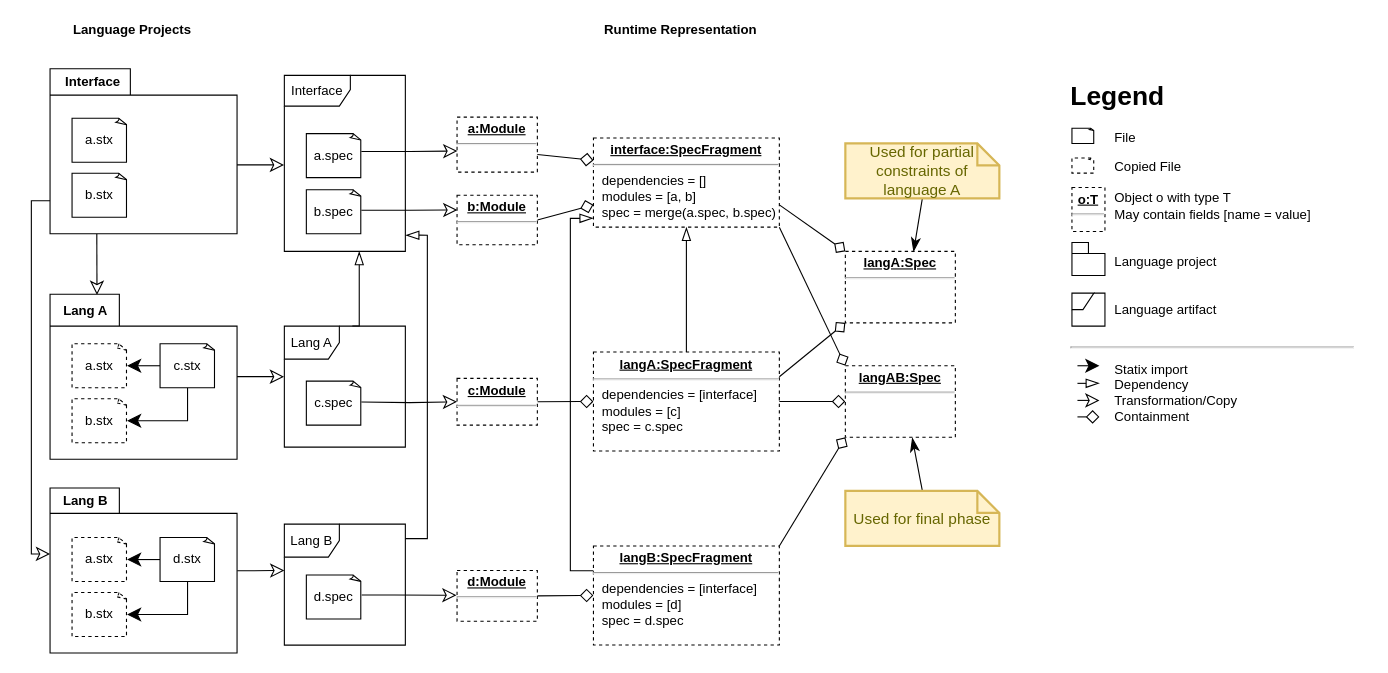
Earlier version of the draw.io diagram page "Spec management" (21 of 22) of Spoofax3 Diagrams.drawio (AZWN/Spoofax-pie-diagrams). Source tidied: cells renumbered, new cells numbered last; positions are measured from the earlier drawing's top-left corner, leaving out a move shared by most shapes. Both pictures are drawn from the tidied source at 110%, with x=0, y=0 at pixel (31, 19).
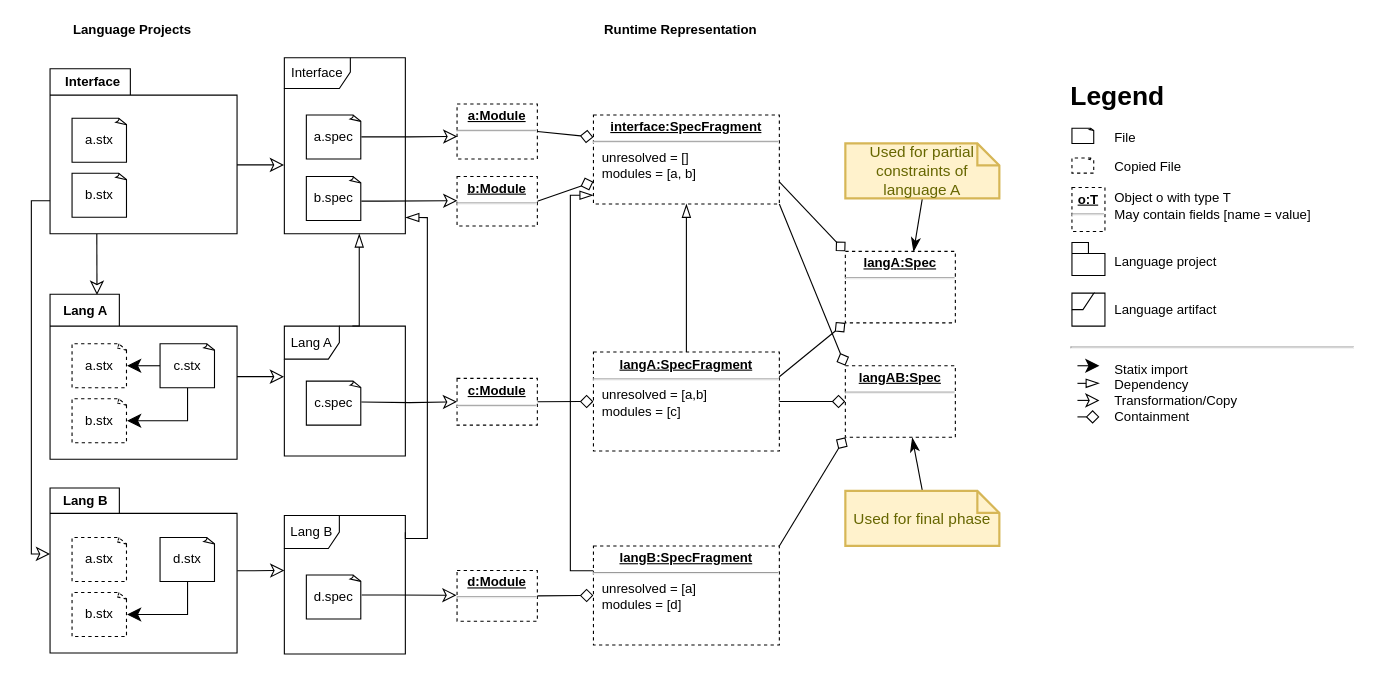
The same diagram, later.

Unchanged cells that the change refers to:
```xml
<mxCell id="33" value="a.stx" style="whiteSpace=wrap;html=1;shape=mxgraph.basic.document;dashed=1;" parent="1" vertex="1">
  <mxGeometry x="37" y="471.2" width="50" height="40" as="geometry" />
</mxCell>
<mxCell id="37" value="d.stx" style="whiteSpace=wrap;html=1;shape=mxgraph.basic.document;" parent="1" vertex="1">
  <mxGeometry x="117" y="471.2" width="50" height="40" as="geometry" />
</mxCell>
```

Diff of the diagram source:
```diff
@@
     <mxCell id="2" value="Lang B " style="shape=umlFrame;whiteSpace=wrap;html=1;width=50;height=30;" parent="1" vertex="1">
-      <mxGeometry x="230" y="459" width="110" height="110" as="geometry" />
+      <mxGeometry x="230" y="451.2" width="110" height="125.8" as="geometry" />
     </mxCell>
     <mxCell id="3" value="Interface" style="shape=umlFrame;whiteSpace=wrap;html=1;width=60;height=28;" parent="1" vertex="1">
-      <mxGeometry x="230" y="51" width="110" height="160" as="geometry" />
+      <mxGeometry x="230" y="35" width="110" height="160" as="geometry" />
     </mxCell>
     <mxCell id="4" value="a.spec" style="whiteSpace=wrap;html=1;shape=mxgraph.basic.document;" parent="1" vertex="1">
-      <mxGeometry x="250" y="104" width="50" height="40" as="geometry" />
+      <mxGeometry x="250" y="87" width="50" height="40" as="geometry" />
     </mxCell>
     <mxCell id="5" value="b.spec" style="whiteSpace=wrap;html=1;shape=mxgraph.basic.document;" parent="1" vertex="1">
-      <mxGeometry x="250" y="155" width="50" height="40" as="geometry" />
+      <mxGeometry x="250" y="143" width="50" height="40" as="geometry" />
     </mxCell>
@@
-    <mxCell id="19" value="&lt;p style=&quot;margin: 0px ; margin-top: 4px ; text-align: center ; text-decoration: underline&quot;&gt;&lt;b&gt;interface:SpecFragment&lt;/b&gt;&lt;/p&gt;&lt;hr&gt;&lt;p style=&quot;margin: 0px ; margin-left: 8px&quot;&gt;dependencies = []&lt;br&gt;modules = [a, b]&lt;br&gt;spec = merge(a.spec, b.spec)&lt;br&gt;&lt;br&gt;&lt;/p&gt;" style="verticalAlign=top;align=left;overflow=fill;fontSize=12;fontFamily=Helvetica;html=1;dashed=1;" parent="1" vertex="1">
-      <mxGeometry x="511" y="108" width="169" height="81" as="geometry" />
+    <mxCell id="19" value="&lt;p style=&quot;margin: 0px ; margin-top: 4px ; text-align: center ; text-decoration: underline&quot;&gt;&lt;b&gt;interface:SpecFragment&lt;/b&gt;&lt;/p&gt;&lt;hr&gt;&lt;p style=&quot;margin: 0px ; margin-left: 8px&quot;&gt;unresolved = []&lt;br&gt;modules = [a, b]&lt;br&gt;&lt;br&gt;&lt;/p&gt;" style="verticalAlign=top;align=left;overflow=fill;fontSize=12;fontFamily=Helvetica;html=1;dashed=1;" parent="1" vertex="1">
+      <mxGeometry x="511" y="87" width="169" height="81" as="geometry" />
     </mxCell>
@@
-    <mxCell id="22" value="&lt;p style=&quot;margin: 0px ; margin-top: 4px ; text-align: center ; text-decoration: underline&quot;&gt;&lt;b&gt;langA:SpecFragment&lt;/b&gt;&lt;/p&gt;&lt;hr&gt;&lt;p style=&quot;margin: 0px ; margin-left: 8px&quot;&gt;dependencies = [interface]&lt;br&gt;modules = [c]&lt;br&gt;spec = c.spec&lt;br&gt;&lt;/p&gt;" style="verticalAlign=top;align=left;overflow=fill;fontSize=12;fontFamily=Helvetica;html=1;dashed=1;" parent="1" vertex="1">
+    <mxCell id="22" value="&lt;p style=&quot;margin: 0px ; margin-top: 4px ; text-align: center ; text-decoration: underline&quot;&gt;&lt;b&gt;langA:SpecFragment&lt;/b&gt;&lt;/p&gt;&lt;hr&gt;&lt;p style=&quot;margin: 0px ; margin-left: 8px&quot;&gt;unresolved = [a,b]&lt;br&gt;modules = [c]&lt;br&gt;&lt;/p&gt;" style="verticalAlign=top;align=left;overflow=fill;fontSize=12;fontFamily=Helvetica;html=1;dashed=1;" parent="1" vertex="1">
       <mxGeometry x="511" y="302.5" width="169" height="90" as="geometry" />
     </mxCell>
     <mxCell id="23" value="&lt;p style=&quot;margin: 0px ; margin-top: 4px ; text-align: center ; text-decoration: underline&quot;&gt;&lt;b&gt;a:Module&lt;/b&gt;&lt;/p&gt;&lt;hr&gt;&lt;p style=&quot;margin: 0px ; margin-left: 8px&quot;&gt;&lt;br&gt;&lt;/p&gt;" style="verticalAlign=top;align=left;overflow=fill;fontSize=12;fontFamily=Helvetica;html=1;dashed=1;" parent="1" vertex="1">
-      <mxGeometry x="387" y="89" width="73" height="50" as="geometry" />
+      <mxGeometry x="387" y="77" width="73" height="50" as="geometry" />
     </mxCell>
     <mxCell id="24" value="&lt;p style=&quot;margin: 0px ; margin-top: 4px ; text-align: center ; text-decoration: underline&quot;&gt;&lt;b&gt;b:Module&lt;/b&gt;&lt;/p&gt;&lt;hr&gt;&lt;p style=&quot;margin: 0px ; margin-left: 8px&quot;&gt;&lt;br&gt;&lt;/p&gt;" style="verticalAlign=top;align=left;overflow=fill;fontSize=12;fontFamily=Helvetica;html=1;dashed=1;" parent="1" vertex="1">
-      <mxGeometry x="387" y="160" width="73" height="45" as="geometry" />
+      <mxGeometry x="387" y="143" width="73" height="45" as="geometry" />
     </mxCell>
-    <mxCell id="25" style="edgeStyle=none;rounded=0;jettySize=auto;html=1;exitX=0;exitY=0.25;exitDx=0;exitDy=0;entryX=1;entryY=0.679;entryDx=0;entryDy=0;entryPerimeter=0;endArrow=none;endFill=0;startArrow=diamond;startFill=0;endSize=10;startSize=10;" parent="1" edge="1" source="19" target="23">
+    <mxCell id="25" style="edgeStyle=none;rounded=0;jettySize=auto;html=1;exitX=0;exitY=0.25;exitDx=0;exitDy=0;entryX=1;entryY=0.5;entryDx=0;entryDy=0;endArrow=none;endFill=0;startArrow=diamond;startFill=0;endSize=10;startSize=10;" parent="1" edge="1" source="19" target="23">
       <mxGeometry relative="1" as="geometry" />
     </mxCell>
@@
     <mxCell id="27" value="Lang A " style="shape=umlFrame;whiteSpace=wrap;html=1;width=50;height=30;" parent="1" vertex="1">
-      <mxGeometry x="230" y="279" width="110" height="110" as="geometry" />
+      <mxGeometry x="230" y="279" width="110" height="118" as="geometry" />
     </mxCell>
@@
-    <mxCell id="35" style="edgeStyle=none;rounded=0;jettySize=auto;html=1;exitX=0;exitY=0.5;exitDx=0;exitDy=0;exitPerimeter=0;entryX=1;entryY=0.5;entryDx=0;entryDy=0;entryPerimeter=0;endArrow=classic;endFill=1;endSize=10;" parent="1" edge="1" source="37" target="33">
-      <mxGeometry relative="1" as="geometry" />
-    </mxCell>
@@
-    <mxCell id="39" value="&lt;p style=&quot;margin: 0px ; margin-top: 4px ; text-align: center ; text-decoration: underline&quot;&gt;&lt;b&gt;langB:SpecFragment&lt;/b&gt;&lt;/p&gt;&lt;hr&gt;&lt;p style=&quot;margin: 0px ; margin-left: 8px&quot;&gt;dependencies = [interface]&lt;br&gt;modules = [d]&lt;br&gt;spec = d.spec&lt;br&gt;&lt;/p&gt;" style="verticalAlign=top;align=left;overflow=fill;fontSize=12;fontFamily=Helvetica;html=1;dashed=1;" parent="1" vertex="1">
+    <mxCell id="39" value="&lt;p style=&quot;margin: 0px ; margin-top: 4px ; text-align: center ; text-decoration: underline&quot;&gt;&lt;b&gt;langB:SpecFragment&lt;/b&gt;&lt;/p&gt;&lt;hr&gt;&lt;p style=&quot;margin: 0px ; margin-left: 8px&quot;&gt;unresolved = [a]&lt;br&gt;modules = [d]&lt;br&gt;&lt;/p&gt;" style="verticalAlign=top;align=left;overflow=fill;fontSize=12;fontFamily=Helvetica;html=1;dashed=1;" parent="1" vertex="1">
       <mxGeometry x="511" y="478.8" width="169" height="90" as="geometry" />
     </mxCell>
@@
     <mxCell id="41" style="edgeStyle=orthogonalEdgeStyle;rounded=0;jettySize=auto;html=1;exitX=1;exitY=0.12;exitDx=0;exitDy=0;exitPerimeter=0;entryX=1.002;entryY=0.908;entryDx=0;entryDy=0;entryPerimeter=0;endArrow=blockThin;endFill=0;endSize=10;startSize=10;" parent="1" edge="1" source="2" target="3">
       <mxGeometry relative="1" as="geometry">
         <Array as="points">
+          <mxPoint x="340" y="472" />
           <mxPoint x="360" y="472" />
-          <mxPoint x="360" y="196" />
+          <mxPoint x="360" y="180" />
         </Array>
       </mxGeometry>
     </mxCell>
     <mxCell id="42" style="rounded=0;jettySize=auto;html=1;exitX=0;exitY=0.25;exitDx=0;exitDy=0;entryX=-0.001;entryY=0.901;entryDx=0;entryDy=0;endArrow=blockThin;endFill=0;edgeStyle=orthogonalEdgeStyle;entryPerimeter=0;endSize=10;startSize=10;" parent="1" edge="1" source="39" target="19">
       <mxGeometry relative="1" as="geometry">
         <Array as="points">
           <mxPoint x="490" y="501" />
-          <mxPoint x="490" y="181" />
+          <mxPoint x="490" y="160" />
         </Array>
       </mxGeometry>
     </mxCell>
@@
     <mxCell id="52" style="edgeStyle=orthogonalEdgeStyle;rounded=0;orthogonalLoop=1;jettySize=auto;html=1;exitX=1;exitY=0.5;exitDx=0;exitDy=0;exitPerimeter=0;endArrow=classic;endFill=0;entryX=0.004;entryY=0.318;entryDx=0;entryDy=0;entryPerimeter=0;endSize=10;startSize=10;" parent="1" edge="1">
       <mxGeometry relative="1" as="geometry">
-        <mxPoint x="300" y="173.7" as="sourcePoint" />
-        <mxPoint x="387.3" y="173.3" as="targetPoint" />
+        <mxPoint x="300" y="165.3" as="sourcePoint" />
+        <mxPoint x="387.3" y="165" as="targetPoint" />
         <Array as="points">
-          <mxPoint x="344" y="174" />
-          <mxPoint x="387" y="173" />
+          <mxPoint x="320" y="165.5" />
+          <mxPoint x="320" y="165.5" />
         </Array>
       </mxGeometry>
     </mxCell>
@@
     <mxCell id="66" style="edgeStyle=orthogonalEdgeStyle;rounded=0;orthogonalLoop=1;jettySize=auto;html=1;exitX=1;exitY=0.5;exitDx=0;exitDy=0;exitPerimeter=0;endArrow=classic;endFill=0;entryX=0.004;entryY=0.318;entryDx=0;entryDy=0;entryPerimeter=0;endSize=10;startSize=10;" parent="1" edge="1">
       <mxGeometry relative="1" as="geometry">
-        <mxPoint x="300" y="120.2" as="sourcePoint" />
-        <mxPoint x="387.3" y="119.8" as="targetPoint" />
+        <mxPoint x="300" y="106.9" as="sourcePoint" />
+        <mxPoint x="387.3" y="106.5" as="targetPoint" />
         <Array as="points">
-          <mxPoint x="344" y="120.5" />
-          <mxPoint x="387" y="119.5" />
+          <mxPoint x="344" y="107.2" />
+          <mxPoint x="387" y="106.2" />
         </Array>
       </mxGeometry>
     </mxCell>
```
